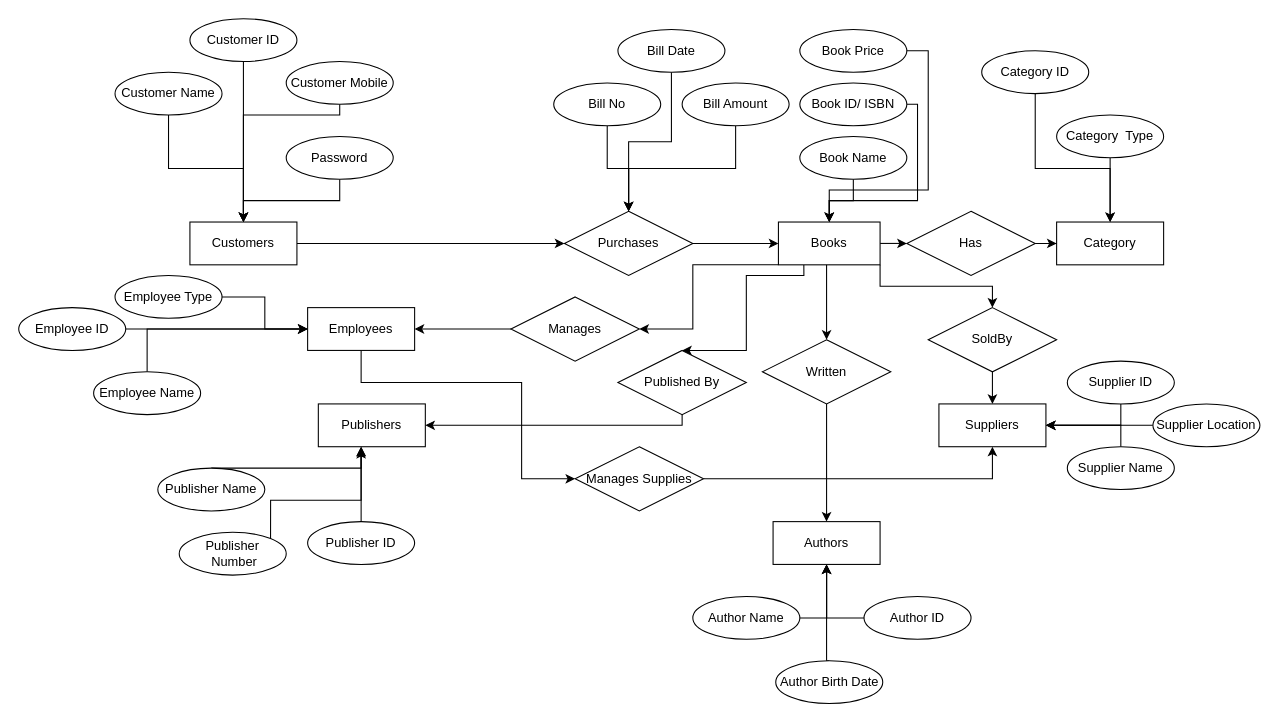
Master-Bhavesh/ERDiagram keeps this draw.io diagram as Online Book Store.drawio. Above is the earlier version. Source tidied: cells renumbered, new cells numbered last; positions are measured from the earlier drawing's top-left corner, leaving out a move shared by most shapes. Both pictures are drawn from the tidied source at 107%, with x=0, y=0 at pixel (18, 18).
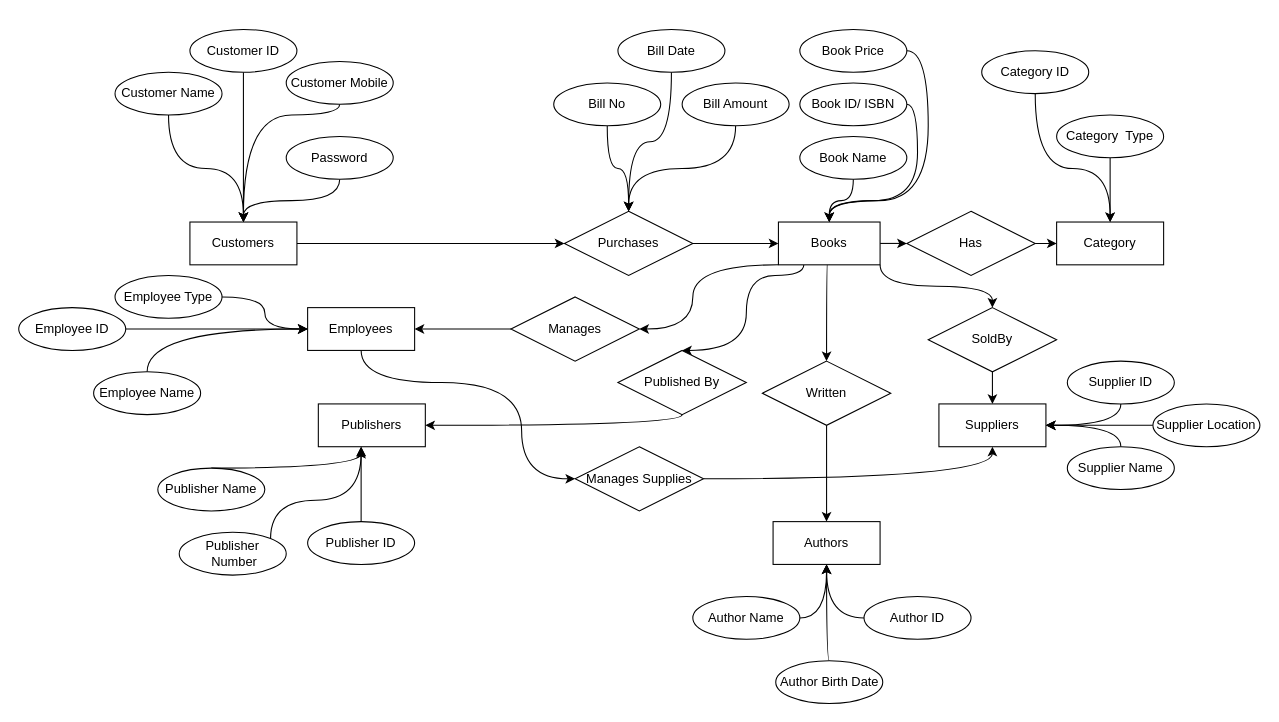
The same diagram, later.

Unchanged cells that the change refers to:
```xml
<mxCell id="3" value="Customers" style="whiteSpace=wrap;html=1;align=center;" parent="1" vertex="1">
<mxCell id="5" value="Employees" style="whiteSpace=wrap;html=1;align=center;" parent="1" vertex="1">
<mxCell id="11" value="Books" style="whiteSpace=wrap;html=1;align=center;" parent="1" vertex="1">
<mxCell id="12" value="Category" style="whiteSpace=wrap;html=1;align=center;" parent="1" vertex="1">
<mxCell id="13" value="Authors" style="whiteSpace=wrap;html=1;align=center;" parent="1" vertex="1">
<mxCell id="15" value="Bill No" style="ellipse;whiteSpace=wrap;html=1;align=center;" parent="1" vertex="1">
<mxCell id="17" value="Purchases" style="shape=rhombus;perimeter=rhombusPerimeter;whiteSpace=wrap;html=1;align=center;" parent="1" vertex="1">
<mxCell id="19" value="Bill Amount" style="ellipse;whiteSpace=wrap;html=1;align=center;" parent="1" vertex="1">
<mxCell id="23" value="Password" style="ellipse;whiteSpace=wrap;html=1;align=center;" parent="1" vertex="1">
<mxCell id="25" value="Customer Mobile" style="ellipse;whiteSpace=wrap;html=1;align=center;" parent="1" vertex="1">
<mxCell id="29" value="Customer Name" style="ellipse;whiteSpace=wrap;html=1;align=center;" parent="1" vertex="1">
<mxCell id="31" value="Manages" style="shape=rhombus;perimeter=rhombusPerimeter;whiteSpace=wrap;html=1;align=center;" parent="1" vertex="1">
<mxCell id="33" value="SoldBy&lt;br&gt;" style="shape=rhombus;perimeter=rhombusPerimeter;whiteSpace=wrap;html=1;align=center;" parent="1" vertex="1">
<mxCell id="34" value="Suppliers" style="whiteSpace=wrap;html=1;align=center;" parent="1" vertex="1">
<mxCell id="36" value="Has" style="shape=rhombus;perimeter=rhombusPerimeter;whiteSpace=wrap;html=1;align=center;rotation=0;" parent="1" vertex="1">
<mxCell id="38" value="Bill Date" style="ellipse;whiteSpace=wrap;html=1;align=center;" parent="1" vertex="1">
<mxCell id="40" value="Category &amp;nbsp;Type" style="ellipse;whiteSpace=wrap;html=1;align=center;" parent="1" vertex="1">
<mxCell id="42" value="Category ID" style="ellipse;whiteSpace=wrap;html=1;align=center;" parent="1" vertex="1">
<mxCell id="43" value="Publishers" style="whiteSpace=wrap;html=1;align=center;" parent="1" vertex="1">
<mxCell id="45" value="Manages Supplies" style="shape=rhombus;perimeter=rhombusPerimeter;whiteSpace=wrap;html=1;align=center;" parent="1" vertex="1">
<mxCell id="47" value="Published By" style="shape=rhombus;perimeter=rhombusPerimeter;whiteSpace=wrap;html=1;align=center;" parent="1" vertex="1">
<mxCell id="49" value="Book Price" style="ellipse;whiteSpace=wrap;html=1;align=center;" parent="1" vertex="1">
<mxCell id="51" value="Book ID/ ISBN" style="ellipse;whiteSpace=wrap;html=1;align=center;" parent="1" vertex="1">
<mxCell id="53" value="Book Name" style="ellipse;whiteSpace=wrap;html=1;align=center;" parent="1" vertex="1">
<mxCell id="55" value="Supplier ID" style="ellipse;whiteSpace=wrap;html=1;align=center;" parent="1" vertex="1">
<mxCell id="57" value="Supplier Name" style="ellipse;whiteSpace=wrap;html=1;align=center;" parent="1" vertex="1">
<mxCell id="59" value="Supplier Location" style="ellipse;whiteSpace=wrap;html=1;align=center;" parent="1" vertex="1">
<mxCell id="61" value="Employee ID" style="ellipse;whiteSpace=wrap;html=1;align=center;" parent="1" vertex="1">
<mxCell id="63" value="Employee Type" style="ellipse;whiteSpace=wrap;html=1;align=center;" parent="1" vertex="1">
<mxCell id="65" value="Employee Name" style="ellipse;whiteSpace=wrap;html=1;align=center;" parent="1" vertex="1">
<mxCell id="67" value="Publisher Name" style="ellipse;whiteSpace=wrap;html=1;align=center;" parent="1" vertex="1">
<mxCell id="69" value="Publisher ID" style="ellipse;whiteSpace=wrap;html=1;align=center;" parent="1" vertex="1">
<mxCell id="71" value="Publisher &amp;nbsp;Number" style="ellipse;whiteSpace=wrap;html=1;align=center;" parent="1" vertex="1">
<mxCell id="73" value="Author Name" style="ellipse;whiteSpace=wrap;html=1;align=center;" parent="1" vertex="1">
<mxCell id="75" value="Author ID" style="ellipse;whiteSpace=wrap;html=1;align=center;" parent="1" vertex="1">
<mxCell id="77" value="Author Birth Date" style="ellipse;whiteSpace=wrap;html=1;align=center;" parent="1" vertex="1">
```

The edit, as a diff of the source:
```diff
@@
-    <mxCell id="2" style="edgeStyle=orthogonalEdgeStyle;rounded=0;jettySize=auto;html=1;entryX=0;entryY=0.5;entryDx=0;entryDy=0;" parent="1" edge="1" source="3" target="17">
+    <mxCell id="2" style="edgeStyle=orthogonalEdgeStyle;rounded=0;jettySize=auto;html=1;entryX=0;entryY=0.5;entryDx=0;entryDy=0;curved=1;" parent="1" edge="1" source="3" target="17">
       <mxGeometry relative="1" as="geometry" />
     </mxCell>
@@
-    <mxCell id="4" style="edgeStyle=orthogonalEdgeStyle;rounded=0;jettySize=auto;html=1;" parent="1" edge="1" source="5" target="45">
+    <mxCell id="4" style="edgeStyle=orthogonalEdgeStyle;rounded=0;jettySize=auto;html=1;curved=1;" parent="1" edge="1" source="5" target="45">
       <mxGeometry relative="1" as="geometry">
         <Array as="points">
           <mxPoint x="320" y="340" />
           <mxPoint x="470" y="340" />
         </Array>
       </mxGeometry>
     </mxCell>
@@
-    <mxCell id="6" style="edgeStyle=orthogonalEdgeStyle;rounded=0;jettySize=auto;html=1;exitX=0.5;exitY=1;exitDx=0;exitDy=0;" parent="1" edge="1" source="11" target="21">
+    <mxCell id="6" style="edgeStyle=orthogonalEdgeStyle;rounded=0;jettySize=auto;html=1;exitX=0.5;exitY=1;exitDx=0;exitDy=0;curved=1;" parent="1" edge="1" source="11" target="21">
       <mxGeometry relative="1" as="geometry">
         <Array as="points">
           <mxPoint x="755" y="220" />
         </Array>
       </mxGeometry>
     </mxCell>
-    <mxCell id="7" style="edgeStyle=orthogonalEdgeStyle;rounded=0;jettySize=auto;html=1;exitX=0;exitY=1;exitDx=0;exitDy=0;entryX=1;entryY=0.5;entryDx=0;entryDy=0;" parent="1" edge="1" source="11" target="31">
+    <mxCell id="7" style="edgeStyle=orthogonalEdgeStyle;rounded=0;jettySize=auto;html=1;exitX=0;exitY=1;exitDx=0;exitDy=0;entryX=1;entryY=0.5;entryDx=0;entryDy=0;curved=1;" parent="1" edge="1" source="11" target="31">
       <mxGeometry relative="1" as="geometry">
         <Array as="points">
           <mxPoint x="630" y="230" />
           <mxPoint x="630" y="290" />
         </Array>
       </mxGeometry>
     </mxCell>
-    <mxCell id="8" style="edgeStyle=orthogonalEdgeStyle;rounded=0;jettySize=auto;html=1;exitX=1;exitY=1;exitDx=0;exitDy=0;entryX=0.5;entryY=0;entryDx=0;entryDy=0;" parent="1" edge="1" source="11" target="33">
+    <mxCell id="8" style="edgeStyle=orthogonalEdgeStyle;rounded=0;jettySize=auto;html=1;exitX=1;exitY=1;exitDx=0;exitDy=0;entryX=0.5;entryY=0;entryDx=0;entryDy=0;curved=1;" parent="1" edge="1" source="11" target="33">
       <mxGeometry relative="1" as="geometry" />
     </mxCell>
-    <mxCell id="9" style="edgeStyle=orthogonalEdgeStyle;rounded=0;jettySize=auto;html=1;exitX=1;exitY=0.5;exitDx=0;exitDy=0;entryX=0;entryY=0.5;entryDx=0;entryDy=0;" parent="1" edge="1" source="11" target="36">
+    <mxCell id="9" style="edgeStyle=orthogonalEdgeStyle;rounded=0;jettySize=auto;html=1;exitX=1;exitY=0.5;exitDx=0;exitDy=0;entryX=0;entryY=0.5;entryDx=0;entryDy=0;curved=1;" parent="1" edge="1" source="11" target="36">
       <mxGeometry relative="1" as="geometry" />
     </mxCell>
-    <mxCell id="10" style="edgeStyle=orthogonalEdgeStyle;rounded=0;jettySize=auto;html=1;exitX=0.25;exitY=1;exitDx=0;exitDy=0;entryX=0.5;entryY=0;entryDx=0;entryDy=0;" parent="1" edge="1" source="11" target="47">
+    <mxCell id="10" style="edgeStyle=orthogonalEdgeStyle;rounded=0;jettySize=auto;html=1;exitX=0.25;exitY=1;exitDx=0;exitDy=0;entryX=0.5;entryY=0;entryDx=0;entryDy=0;curved=1;" parent="1" edge="1" source="11" target="47">
       <mxGeometry relative="1" as="geometry">
         <Array as="points">
           <mxPoint x="734" y="240" />
           <mxPoint x="680" y="240" />
           <mxPoint x="680" y="310" />
         </Array>
       </mxGeometry>
     </mxCell>
@@
-    <mxCell id="14" style="edgeStyle=orthogonalEdgeStyle;rounded=0;jettySize=auto;html=1;entryX=0.5;entryY=0;entryDx=0;entryDy=0;" parent="1" edge="1" source="15" target="17">
+    <mxCell id="14" style="edgeStyle=orthogonalEdgeStyle;rounded=0;jettySize=auto;html=1;entryX=0.5;entryY=0;entryDx=0;entryDy=0;curved=1;" parent="1" edge="1" source="15" target="17">
       <mxGeometry relative="1" as="geometry" />
     </mxCell>
@@
-    <mxCell id="16" style="edgeStyle=orthogonalEdgeStyle;rounded=0;jettySize=auto;html=1;entryX=0;entryY=0.5;entryDx=0;entryDy=0;" parent="1" edge="1" source="17" target="11">
+    <mxCell id="16" style="edgeStyle=orthogonalEdgeStyle;rounded=0;jettySize=auto;html=1;entryX=0;entryY=0.5;entryDx=0;entryDy=0;curved=1;" parent="1" edge="1" source="17" target="11">
       <mxGeometry relative="1" as="geometry" />
     </mxCell>
@@
-    <mxCell id="18" style="edgeStyle=orthogonalEdgeStyle;rounded=0;jettySize=auto;html=1;exitX=0.5;exitY=1;exitDx=0;exitDy=0;entryX=0.5;entryY=0;entryDx=0;entryDy=0;" parent="1" edge="1" source="19" target="17">
+    <mxCell id="18" style="edgeStyle=orthogonalEdgeStyle;rounded=0;jettySize=auto;html=1;exitX=0.5;exitY=1;exitDx=0;exitDy=0;entryX=0.5;entryY=0;entryDx=0;entryDy=0;curved=1;" parent="1" edge="1" source="19" target="17">
       <mxGeometry relative="1" as="geometry" />
     </mxCell>
@@
-    <mxCell id="20" style="edgeStyle=orthogonalEdgeStyle;rounded=0;jettySize=auto;html=1;exitX=0.5;exitY=1;exitDx=0;exitDy=0;entryX=0.5;entryY=0;entryDx=0;entryDy=0;" parent="1" edge="1" source="21" target="13">
+    <mxCell id="20" style="edgeStyle=orthogonalEdgeStyle;rounded=0;jettySize=auto;html=1;exitX=0.5;exitY=1;exitDx=0;exitDy=0;entryX=0.5;entryY=0;entryDx=0;entryDy=0;curved=1;" parent="1" edge="1" source="21" target="13">
       <mxGeometry relative="1" as="geometry" />
     </mxCell>
     <mxCell id="21" value="Written" style="shape=rhombus;perimeter=rhombusPerimeter;whiteSpace=wrap;html=1;align=center;" parent="1" vertex="1">
-      <mxGeometry x="695" y="300" width="120" height="60" as="geometry" />
+      <mxGeometry x="695" y="320" width="120" height="60" as="geometry" />
     </mxCell>
-    <mxCell id="22" style="edgeStyle=orthogonalEdgeStyle;rounded=0;jettySize=auto;html=1;" parent="1" edge="1" source="23" target="3">
+    <mxCell id="22" style="edgeStyle=orthogonalEdgeStyle;rounded=0;jettySize=auto;html=1;curved=1;" parent="1" edge="1" source="23" target="3">
       <mxGeometry relative="1" as="geometry" />
     </mxCell>
@@
-    <mxCell id="24" style="edgeStyle=orthogonalEdgeStyle;rounded=0;jettySize=auto;html=1;exitX=0.5;exitY=1;exitDx=0;exitDy=0;entryX=0.5;entryY=0;entryDx=0;entryDy=0;" parent="1" edge="1" source="25" target="3">
+    <mxCell id="24" style="edgeStyle=orthogonalEdgeStyle;rounded=0;jettySize=auto;html=1;exitX=0.5;exitY=1;exitDx=0;exitDy=0;entryX=0.5;entryY=0;entryDx=0;entryDy=0;curved=1;" parent="1" edge="1" source="25" target="3">
       <mxGeometry relative="1" as="geometry">
         <Array as="points">
           <mxPoint x="300" y="90" />
           <mxPoint x="210" y="90" />
         </Array>
       </mxGeometry>
     </mxCell>
@@
-    <mxCell id="26" style="edgeStyle=orthogonalEdgeStyle;rounded=0;jettySize=auto;html=1;" parent="1" edge="1" source="27" target="3">
+    <mxCell id="26" style="edgeStyle=orthogonalEdgeStyle;rounded=0;jettySize=auto;html=1;curved=1;" parent="1" edge="1" source="27" target="3">
       <mxGeometry relative="1" as="geometry" />
     </mxCell>
     <mxCell id="27" value="Customer ID" style="ellipse;whiteSpace=wrap;html=1;align=center;" parent="1" vertex="1">
-      <mxGeometry x="160" width="100" height="40" as="geometry" />
+      <mxGeometry x="160" y="10" width="100" height="40" as="geometry" />
     </mxCell>
-    <mxCell id="28" style="edgeStyle=orthogonalEdgeStyle;rounded=0;jettySize=auto;html=1;" parent="1" edge="1" source="29" target="3">
+    <mxCell id="28" style="edgeStyle=orthogonalEdgeStyle;rounded=0;jettySize=auto;html=1;curved=1;" parent="1" edge="1" source="29" target="3">
       <mxGeometry relative="1" as="geometry" />
     </mxCell>
@@
-    <mxCell id="30" style="edgeStyle=orthogonalEdgeStyle;rounded=0;jettySize=auto;html=1;entryX=1;entryY=0.5;entryDx=0;entryDy=0;" parent="1" edge="1" source="31" target="5">
+    <mxCell id="30" style="edgeStyle=orthogonalEdgeStyle;rounded=0;jettySize=auto;html=1;entryX=1;entryY=0.5;entryDx=0;entryDy=0;curved=1;" parent="1" edge="1" source="31" target="5">
       <mxGeometry relative="1" as="geometry">
         <Array as="points">
           <mxPoint x="440" y="290" />
           <mxPoint x="440" y="290" />
         </Array>
       </mxGeometry>
     </mxCell>
@@
-    <mxCell id="32" style="edgeStyle=orthogonalEdgeStyle;rounded=0;jettySize=auto;html=1;exitX=0.5;exitY=1;exitDx=0;exitDy=0;entryX=0.5;entryY=0;entryDx=0;entryDy=0;" parent="1" edge="1" source="33" target="34">
+    <mxCell id="32" style="edgeStyle=orthogonalEdgeStyle;rounded=0;jettySize=auto;html=1;exitX=0.5;exitY=1;exitDx=0;exitDy=0;entryX=0.5;entryY=0;entryDx=0;entryDy=0;curved=1;" parent="1" edge="1" source="33" target="34">
       <mxGeometry relative="1" as="geometry" />
     </mxCell>
@@
-    <mxCell id="35" style="edgeStyle=orthogonalEdgeStyle;rounded=0;jettySize=auto;html=1;" parent="1" edge="1" source="36" target="12">
+    <mxCell id="35" style="edgeStyle=orthogonalEdgeStyle;rounded=0;jettySize=auto;html=1;curved=1;" parent="1" edge="1" source="36" target="12">
       <mxGeometry relative="1" as="geometry" />
     </mxCell>
@@
-    <mxCell id="37" style="edgeStyle=orthogonalEdgeStyle;rounded=0;jettySize=auto;html=1;exitX=0.5;exitY=1;exitDx=0;exitDy=0;entryX=0.5;entryY=0;entryDx=0;entryDy=0;" parent="1" edge="1" source="38" target="17">
+    <mxCell id="37" style="edgeStyle=orthogonalEdgeStyle;rounded=0;jettySize=auto;html=1;exitX=0.5;exitY=1;exitDx=0;exitDy=0;entryX=0.5;entryY=0;entryDx=0;entryDy=0;curved=1;" parent="1" edge="1" source="38" target="17">
       <mxGeometry relative="1" as="geometry" />
     </mxCell>
@@
-    <mxCell id="39" style="edgeStyle=orthogonalEdgeStyle;rounded=0;jettySize=auto;html=1;" parent="1" edge="1" source="40" target="12">
+    <mxCell id="39" style="edgeStyle=orthogonalEdgeStyle;rounded=0;jettySize=auto;html=1;curved=1;" parent="1" edge="1" source="40" target="12">
       <mxGeometry relative="1" as="geometry" />
     </mxCell>
@@
-    <mxCell id="41" style="edgeStyle=orthogonalEdgeStyle;rounded=0;jettySize=auto;html=1;" parent="1" edge="1" source="42" target="12">
+    <mxCell id="41" style="edgeStyle=orthogonalEdgeStyle;rounded=0;jettySize=auto;html=1;curved=1;" parent="1" edge="1" source="42" target="12">
       <mxGeometry relative="1" as="geometry">
         <Array as="points">
           <mxPoint x="950" y="140" />
           <mxPoint x="1020" y="140" />
         </Array>
       </mxGeometry>
     </mxCell>
@@
-    <mxCell id="44" style="edgeStyle=orthogonalEdgeStyle;rounded=0;jettySize=auto;html=1;exitX=1;exitY=0.5;exitDx=0;exitDy=0;entryX=0.5;entryY=1;entryDx=0;entryDy=0;" parent="1" edge="1" source="45" target="34">
+    <mxCell id="44" style="edgeStyle=orthogonalEdgeStyle;rounded=0;jettySize=auto;html=1;exitX=1;exitY=0.5;exitDx=0;exitDy=0;entryX=0.5;entryY=1;entryDx=0;entryDy=0;curved=1;" parent="1" edge="1" source="45" target="34">
       <mxGeometry relative="1" as="geometry" />
     </mxCell>
@@
-    <mxCell id="46" style="edgeStyle=orthogonalEdgeStyle;rounded=0;jettySize=auto;html=1;exitX=0.5;exitY=1;exitDx=0;exitDy=0;entryX=1;entryY=0.5;entryDx=0;entryDy=0;" parent="1" edge="1" source="47" target="43">
+    <mxCell id="46" style="edgeStyle=orthogonalEdgeStyle;rounded=0;jettySize=auto;html=1;exitX=0.5;exitY=1;exitDx=0;exitDy=0;entryX=1;entryY=0.5;entryDx=0;entryDy=0;curved=1;" parent="1" edge="1" source="47" target="43">
       <mxGeometry relative="1" as="geometry">
         <Array as="points">
           <mxPoint x="620" y="380" />
         </Array>
       </mxGeometry>
     </mxCell>
@@
-    <mxCell id="48" style="edgeStyle=orthogonalEdgeStyle;rounded=0;jettySize=auto;html=1;exitX=1;exitY=0.5;exitDx=0;exitDy=0;entryX=0.5;entryY=0;entryDx=0;entryDy=0;" parent="1" edge="1" source="49" target="11">
+    <mxCell id="48" style="edgeStyle=orthogonalEdgeStyle;rounded=0;jettySize=auto;html=1;exitX=1;exitY=0.5;exitDx=0;exitDy=0;entryX=0.5;entryY=0;entryDx=0;entryDy=0;curved=1;" parent="1" edge="1" source="49" target="11">
       <mxGeometry relative="1" as="geometry">
         <Array as="points">
           <mxPoint x="850" y="30" />
-          <mxPoint x="850" y="160" />
-          <mxPoint x="758" y="160" />
+          <mxPoint x="850" y="170" />
+          <mxPoint x="758" y="170" />
         </Array>
       </mxGeometry>
     </mxCell>
@@
-    <mxCell id="50" style="edgeStyle=orthogonalEdgeStyle;rounded=0;jettySize=auto;html=1;exitX=1;exitY=0.5;exitDx=0;exitDy=0;entryX=0.5;entryY=0;entryDx=0;entryDy=0;" parent="1" edge="1" source="51" target="11">
+    <mxCell id="50" style="edgeStyle=orthogonalEdgeStyle;rounded=0;jettySize=auto;html=1;exitX=1;exitY=0.5;exitDx=0;exitDy=0;entryX=0.5;entryY=0;entryDx=0;entryDy=0;curved=1;" parent="1" edge="1" source="51" target="11">
       <mxGeometry relative="1" as="geometry">
         <Array as="points">
           <mxPoint x="840" y="80" />
           <mxPoint x="840" y="170" />
           <mxPoint x="758" y="170" />
         </Array>
       </mxGeometry>
     </mxCell>
@@
-    <mxCell id="52" style="edgeStyle=orthogonalEdgeStyle;rounded=0;jettySize=auto;html=1;exitX=0.5;exitY=1;exitDx=0;exitDy=0;entryX=0.5;entryY=0;entryDx=0;entryDy=0;" parent="1" edge="1" source="53" target="11">
+    <mxCell id="52" style="edgeStyle=orthogonalEdgeStyle;rounded=0;jettySize=auto;html=1;exitX=0.5;exitY=1;exitDx=0;exitDy=0;entryX=0.5;entryY=0;entryDx=0;entryDy=0;curved=1;" parent="1" edge="1" source="53" target="11">
       <mxGeometry relative="1" as="geometry" />
     </mxCell>
@@
-    <mxCell id="54" style="edgeStyle=orthogonalEdgeStyle;rounded=0;jettySize=auto;html=1;exitX=0.5;exitY=1;exitDx=0;exitDy=0;entryX=1;entryY=0.5;entryDx=0;entryDy=0;" parent="1" edge="1" source="55" target="34">
+    <mxCell id="54" style="edgeStyle=orthogonalEdgeStyle;rounded=0;jettySize=auto;html=1;exitX=0.5;exitY=1;exitDx=0;exitDy=0;entryX=1;entryY=0.5;entryDx=0;entryDy=0;curved=1;" parent="1" edge="1" source="55" target="34">
       <mxGeometry relative="1" as="geometry">
         <Array as="points">
           <mxPoint x="1030" y="380" />
         </Array>
       </mxGeometry>
     </mxCell>
@@
-    <mxCell id="56" style="edgeStyle=orthogonalEdgeStyle;rounded=0;jettySize=auto;html=1;exitX=0.5;exitY=0;exitDx=0;exitDy=0;entryX=1;entryY=0.5;entryDx=0;entryDy=0;" parent="1" edge="1" source="57" target="34">
+    <mxCell id="56" style="edgeStyle=orthogonalEdgeStyle;rounded=0;jettySize=auto;html=1;exitX=0.5;exitY=0;exitDx=0;exitDy=0;entryX=1;entryY=0.5;entryDx=0;entryDy=0;curved=1;" parent="1" edge="1" source="57" target="34">
       <mxGeometry relative="1" as="geometry" />
     </mxCell>
@@
-    <mxCell id="58" style="edgeStyle=orthogonalEdgeStyle;rounded=0;jettySize=auto;html=1;exitX=0;exitY=0.5;exitDx=0;exitDy=0;" parent="1" edge="1" source="59">
+    <mxCell id="58" style="edgeStyle=orthogonalEdgeStyle;rounded=0;jettySize=auto;html=1;exitX=0;exitY=0.5;exitDx=0;exitDy=0;curved=1;" parent="1" edge="1" source="59">
       <mxGeometry relative="1" as="geometry">
         <mxPoint x="960" y="380" as="targetPoint" />
       </mxGeometry>
     </mxCell>
@@
-    <mxCell id="60" style="edgeStyle=orthogonalEdgeStyle;rounded=0;jettySize=auto;html=1;" parent="1" edge="1" source="61">
+    <mxCell id="60" style="edgeStyle=orthogonalEdgeStyle;rounded=0;jettySize=auto;html=1;curved=1;" parent="1" edge="1" source="61">
       <mxGeometry relative="1" as="geometry">
         <mxPoint x="270" y="290" as="targetPoint" />
         <Array as="points">
           <mxPoint x="180" y="290" />
           <mxPoint x="180" y="290" />
         </Array>
       </mxGeometry>
     </mxCell>
@@
-    <mxCell id="62" style="edgeStyle=orthogonalEdgeStyle;rounded=0;jettySize=auto;html=1;entryX=0;entryY=0.5;entryDx=0;entryDy=0;" parent="1" edge="1" source="63" target="5">
+    <mxCell id="62" style="edgeStyle=orthogonalEdgeStyle;rounded=0;jettySize=auto;html=1;entryX=0;entryY=0.5;entryDx=0;entryDy=0;curved=1;" parent="1" edge="1" source="63" target="5">
       <mxGeometry relative="1" as="geometry" />
     </mxCell>
@@
-    <mxCell id="64" style="edgeStyle=orthogonalEdgeStyle;rounded=0;jettySize=auto;html=1;" parent="1" edge="1" source="65">
+    <mxCell id="64" style="edgeStyle=orthogonalEdgeStyle;rounded=0;jettySize=auto;html=1;curved=1;" parent="1" edge="1" source="65">
       <mxGeometry relative="1" as="geometry">
         <mxPoint x="270" y="290" as="targetPoint" />
         <Array as="points">
           <mxPoint x="120" y="290" />
         </Array>
       </mxGeometry>
     </mxCell>
@@
-    <mxCell id="66" style="edgeStyle=orthogonalEdgeStyle;rounded=0;jettySize=auto;html=1;" parent="1" edge="1" source="67" target="43">
+    <mxCell id="66" style="edgeStyle=orthogonalEdgeStyle;rounded=0;jettySize=auto;html=1;curved=1;" parent="1" edge="1" source="67" target="43">
       <mxGeometry relative="1" as="geometry">
         <Array as="points">
           <mxPoint x="320" y="420" />
         </Array>
       </mxGeometry>
     </mxCell>
@@
-    <mxCell id="68" style="edgeStyle=orthogonalEdgeStyle;rounded=0;jettySize=auto;html=1;exitX=0.5;exitY=0;exitDx=0;exitDy=0;entryX=0.4;entryY=1.05;entryDx=0;entryDy=0;entryPerimeter=0;" parent="1" edge="1" source="69" target="43">
+    <mxCell id="68" style="edgeStyle=orthogonalEdgeStyle;rounded=0;jettySize=auto;html=1;exitX=0.5;exitY=0;exitDx=0;exitDy=0;entryX=0.4;entryY=1.05;entryDx=0;entryDy=0;entryPerimeter=0;curved=1;" parent="1" edge="1" source="69" target="43">
       <mxGeometry relative="1" as="geometry" />
     </mxCell>
@@
-    <mxCell id="70" style="edgeStyle=orthogonalEdgeStyle;rounded=0;jettySize=auto;html=1;exitX=1;exitY=0;exitDx=0;exitDy=0;" parent="1" edge="1" source="71" target="43">
+    <mxCell id="70" style="edgeStyle=orthogonalEdgeStyle;rounded=0;jettySize=auto;html=1;exitX=1;exitY=0;exitDx=0;exitDy=0;curved=1;" parent="1" edge="1" source="71" target="43">
       <mxGeometry relative="1" as="geometry">
         <Array as="points">
           <mxPoint x="235" y="450" />
           <mxPoint x="320" y="450" />
         </Array>
       </mxGeometry>
     </mxCell>
@@
-    <mxCell id="72" style="edgeStyle=orthogonalEdgeStyle;rounded=0;jettySize=auto;html=1;exitX=1;exitY=0.5;exitDx=0;exitDy=0;entryX=0.5;entryY=1;entryDx=0;entryDy=0;" parent="1" edge="1" source="73" target="13">
+    <mxCell id="72" style="edgeStyle=orthogonalEdgeStyle;rounded=0;jettySize=auto;html=1;exitX=1;exitY=0.5;exitDx=0;exitDy=0;entryX=0.5;entryY=1;entryDx=0;entryDy=0;curved=1;" parent="1" edge="1" source="73" target="13">
       <mxGeometry relative="1" as="geometry" />
     </mxCell>
@@
-    <mxCell id="74" style="edgeStyle=orthogonalEdgeStyle;rounded=0;jettySize=auto;html=1;entryX=0.5;entryY=1;entryDx=0;entryDy=0;" parent="1" edge="1" source="75" target="13">
+    <mxCell id="74" style="edgeStyle=orthogonalEdgeStyle;rounded=0;jettySize=auto;html=1;entryX=0.5;entryY=1;entryDx=0;entryDy=0;curved=1;" parent="1" edge="1" source="75" target="13">
       <mxGeometry relative="1" as="geometry">
         <Array as="points">
           <mxPoint x="755" y="560" />
         </Array>
       </mxGeometry>
     </mxCell>
@@
-    <mxCell id="76" style="edgeStyle=orthogonalEdgeStyle;rounded=0;jettySize=auto;html=1;entryX=0.5;entryY=1;entryDx=0;entryDy=0;exitX=0.5;exitY=0;exitDx=0;exitDy=0;" parent="1" edge="1" source="77" target="13">
+    <mxCell id="76" style="edgeStyle=orthogonalEdgeStyle;rounded=0;jettySize=auto;html=1;entryX=0.5;entryY=1;entryDx=0;entryDy=0;exitX=0.5;exitY=0;exitDx=0;exitDy=0;curved=1;" parent="1" edge="1" source="77" target="13">
       <mxGeometry relative="1" as="geometry">
         <Array as="points">
           <mxPoint x="755" y="600" />
         </Array>
       </mxGeometry>
     </mxCell>
```
